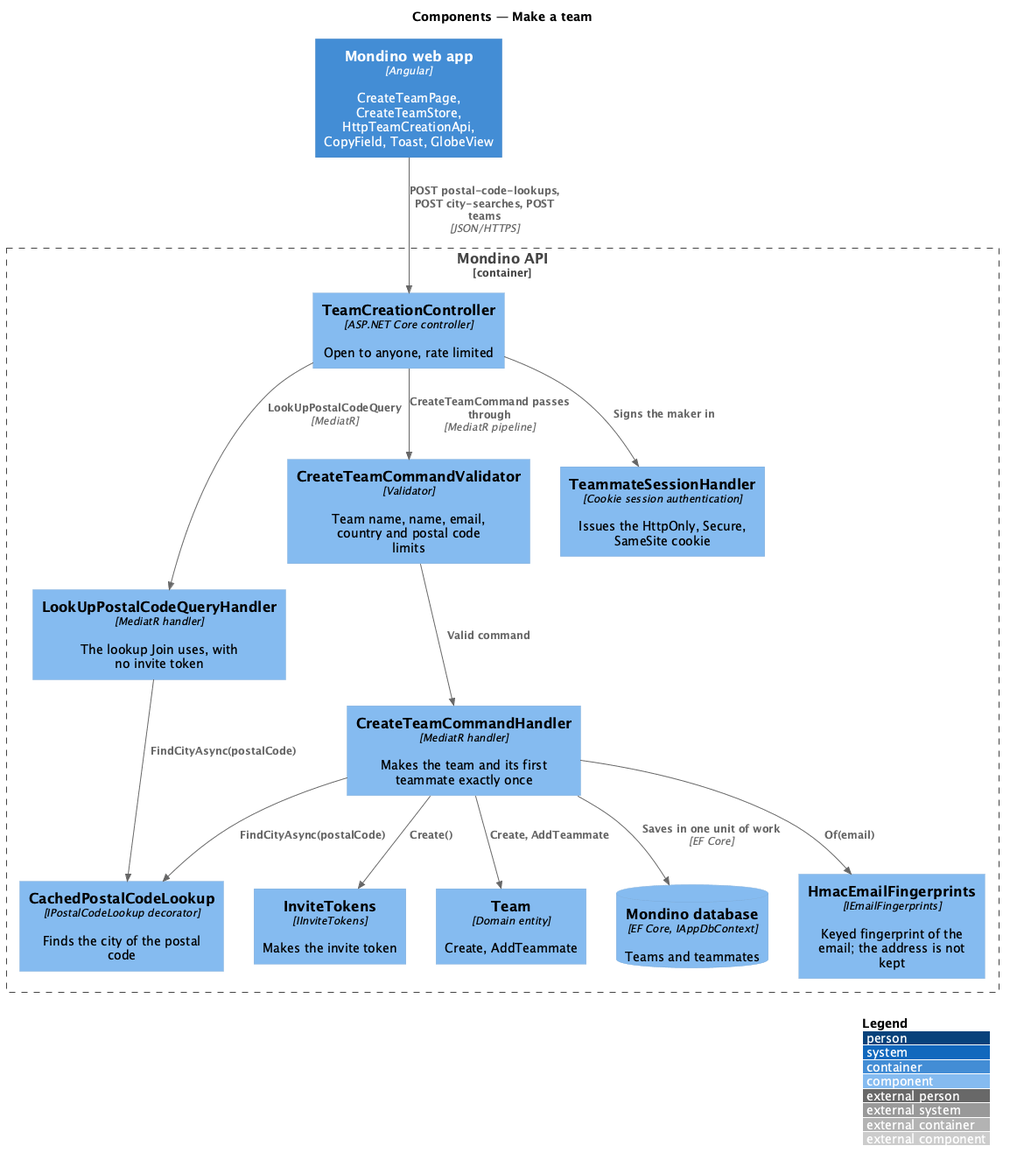
The PlantUML diagram docs/detailed-designs/joining/make-team/diagrams/c4-component.png in QuinntyneBrown/Mondino, before a commit.
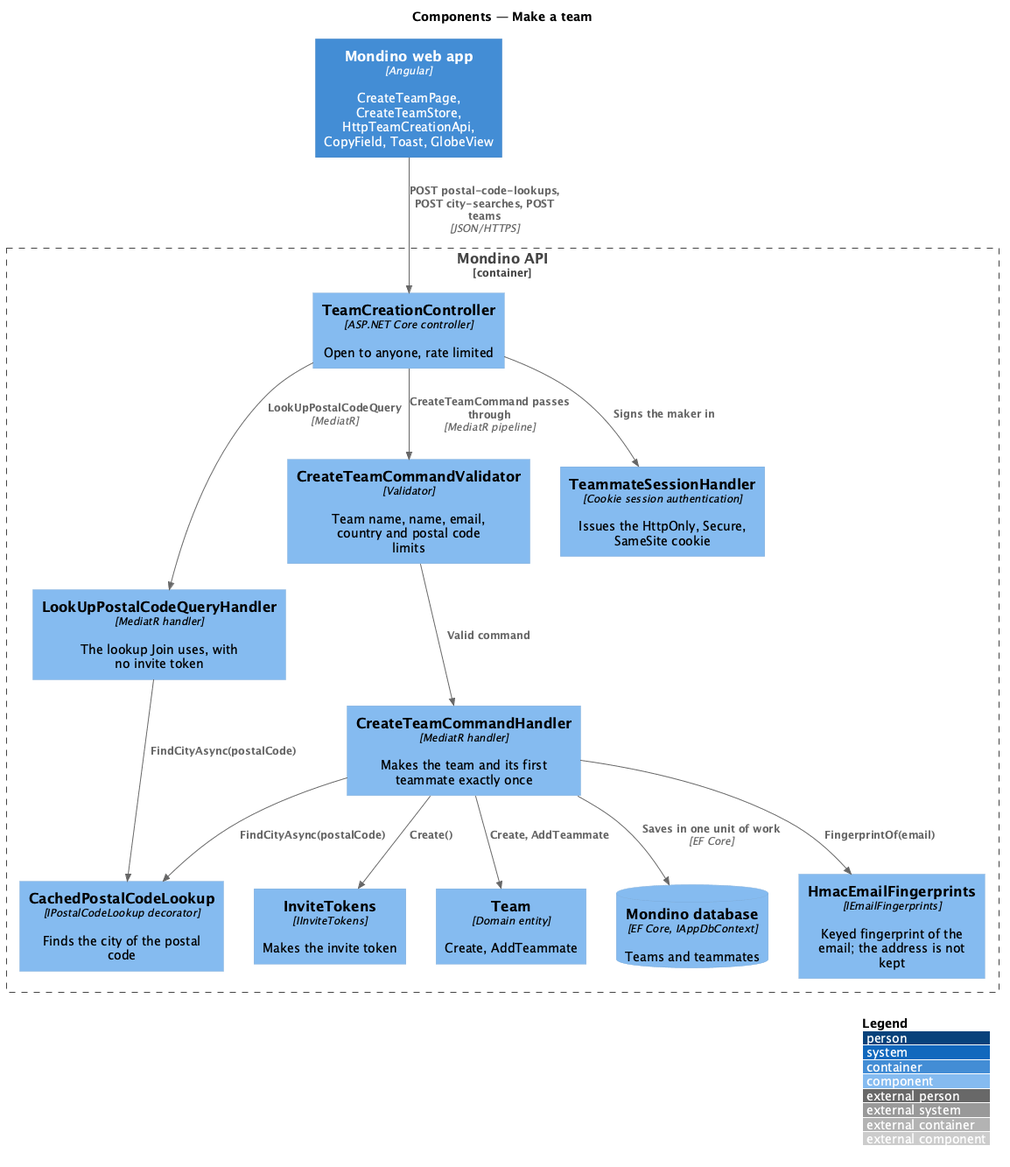
After the change.

What changed in the source:
```diff
@@ -23,7 +23,7 @@
 Rel(lookupq, lookup, "FindCityAsync(postalCode)")
 Rel(handler, lookup, "FindCityAsync(postalCode)")
 Rel(handler, tokens, "Create()")
-Rel(handler, fingerprints, "Of(email)")
+Rel(handler, fingerprints, "FingerprintOf(email)")
 Rel(handler, team, "Create, AddTeammate")
 Rel(handler, db, "Saves in one unit of work", "EF Core")
 Rel(ctrl, session, "Signs the maker in")
```
